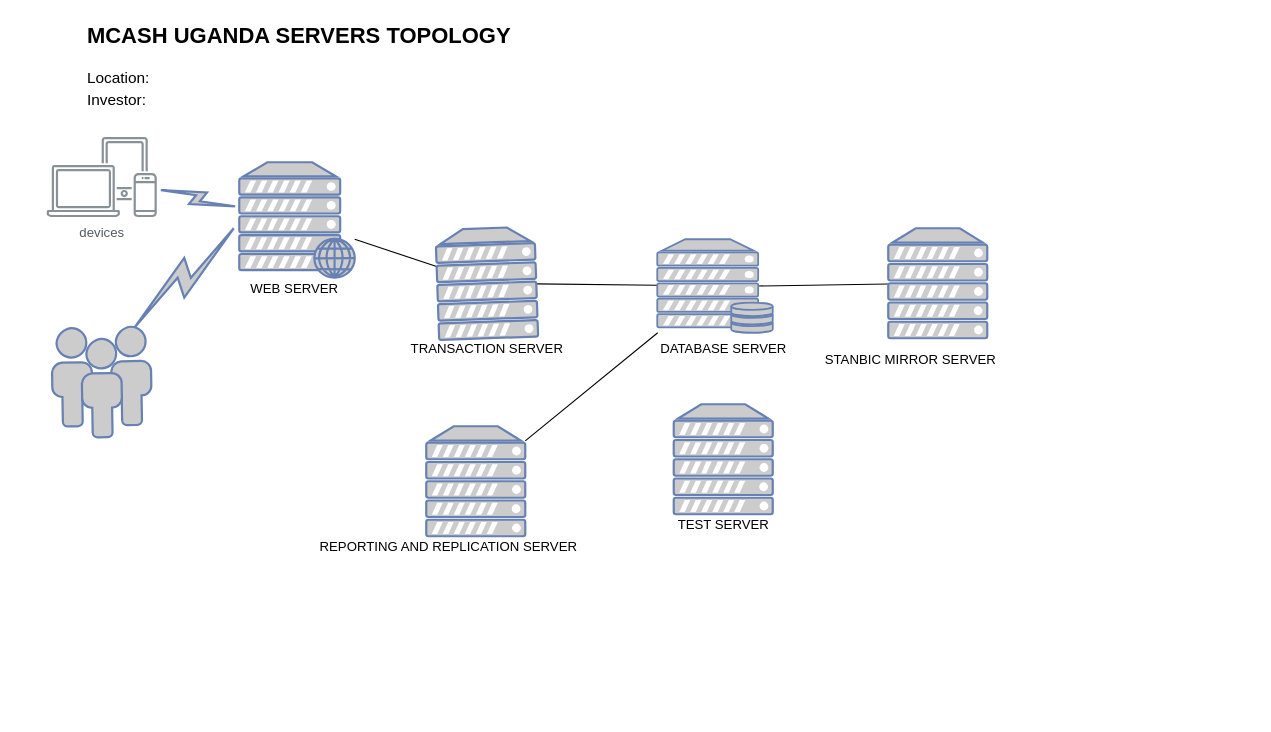
aaronmaj/diagrams keeps this draw.io diagram as Untitled Diagram.drawio. Above is the earlier version. Source tidied: cells renumbered, new cells numbered last; positions are measured from the earlier drawing's top-left corner, leaving out a move shared by most shapes. Both pictures are drawn from the tidied source at 110%, with x=0, y=0 at pixel (46, 19).
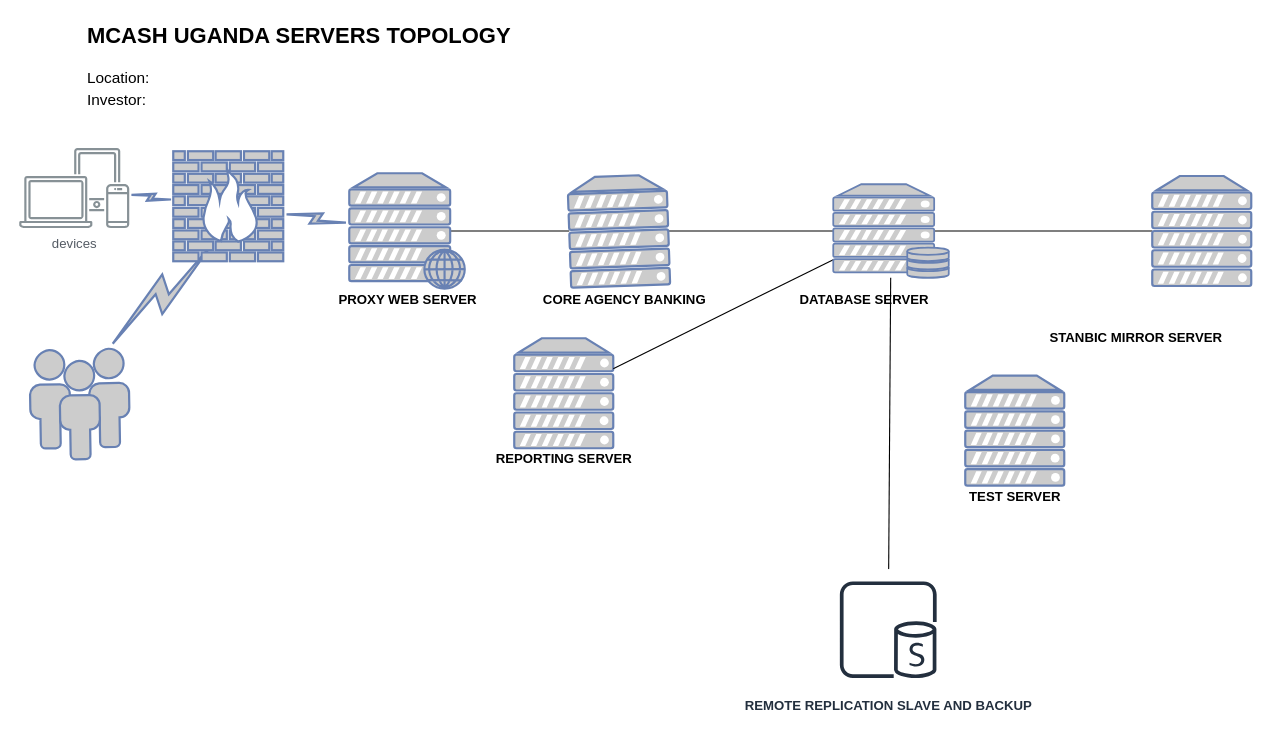
Above is the later version.

Diff of the diagram source:
```diff
@@
-    <mxCell id="5" style="rounded=0;jettySize=auto;html=1;endArrow=none;endFill=0;" parent="1" edge="1" source="6" target="9">
+    <mxCell id="5" style="rounded=0;jettySize=auto;html=1;endArrow=none;endFill=0;exitX=0.88;exitY=0.5;exitDx=0;exitDy=0;exitPerimeter=0;" parent="1" edge="1" source="6" target="9">
       <mxGeometry relative="1" as="geometry" />
     </mxCell>
     <mxCell id="6" style="fontColor=#0066CC;verticalAlign=top;verticalLabelPosition=bottom;labelPosition=center;align=center;html=1;outlineConnect=0;fillColor=#CCCCCC;strokeColor=#6881B3;gradientColor=none;gradientDirection=north;strokeWidth=2;shape=mxgraph.networks.web_server;" parent="1" vertex="1">
-      <mxGeometry x="175" y="130" width="105" height="105" as="geometry" />
+      <mxGeometry x="275" y="140" width="105" height="105" as="geometry" />
     </mxCell>
     <mxCell id="7" style="fontColor=#0066CC;verticalAlign=top;verticalLabelPosition=bottom;labelPosition=center;align=center;html=1;fillColor=#CCCCCC;strokeColor=#6881B3;gradientColor=none;gradientDirection=north;strokeWidth=2;shape=mxgraph.networks.users;rotation=-1;" parent="1" vertex="1">
-      <mxGeometry x="5" y="280" width="90" height="100" as="geometry" />
+      <mxGeometry x="-15" y="300" width="90" height="100" as="geometry" />
     </mxCell>
@@
     <mxCell id="9" style="fontColor=#0066CC;verticalAlign=top;verticalLabelPosition=bottom;labelPosition=center;align=center;html=1;outlineConnect=0;fillColor=#CCCCCC;strokeColor=#6881B3;gradientColor=none;gradientDirection=north;strokeWidth=2;shape=mxgraph.networks.server;rotation=-2;" parent="1" vertex="1">
-      <mxGeometry x="355" y="190" width="90" height="100" as="geometry" />
+      <mxGeometry x="475" y="142.5" width="90" height="100" as="geometry" />
     </mxCell>
     <mxCell id="10" style="fontColor=#0066CC;verticalAlign=top;verticalLabelPosition=bottom;labelPosition=center;align=center;html=1;outlineConnect=0;fillColor=#CCCCCC;strokeColor=#6881B3;gradientColor=none;gradientDirection=north;strokeWidth=2;shape=mxgraph.networks.server;" parent="1" vertex="1">
-      <mxGeometry x="345" y="370" width="90" height="100" as="geometry" />
+      <mxGeometry x="425" y="290" width="90" height="100" as="geometry" />
     </mxCell>
     <mxCell id="11" value="devices" style="outlineConnect=0;gradientColor=none;fontColor=#545B64;strokeColor=none;fillColor=#879196;dashed=0;verticalLabelPosition=bottom;verticalAlign=top;align=center;html=1;fontSize=12;fontStyle=0;shape=mxgraph.aws4.illustration_devices;" parent="1" vertex="1">
-      <mxGeometry y="107" width="100" height="73" as="geometry" />
+      <mxGeometry x="-25" y="117" width="100" height="73" as="geometry" />
     </mxCell>
@@
+    <mxCell id="25" style="edgeStyle=none;rounded=0;jettySize=auto;html=1;endArrow=none;endFill=0;" parent="1" edge="1" source="14" target="29">
+      <mxGeometry relative="1" as="geometry" />
+    </mxCell>
     <mxCell id="14" style="fontColor=#0066CC;verticalAlign=top;verticalLabelPosition=bottom;labelPosition=center;align=center;html=1;outlineConnect=0;fillColor=#CCCCCC;strokeColor=#6881B3;gradientColor=none;gradientDirection=north;strokeWidth=2;shape=mxgraph.networks.server_storage;" parent="1" vertex="1">
-      <mxGeometry x="555" y="200" width="105" height="85" as="geometry" />
+      <mxGeometry x="715" y="150" width="105" height="85" as="geometry" />
     </mxCell>
-    <mxCell id="15" style="html=1;outlineConnect=0;fillColor=#CCCCCC;strokeColor=#6881B3;gradientColor=none;gradientDirection=north;strokeWidth=2;shape=mxgraph.networks.comm_link_edge;html=1;" parent="1" edge="1" source="11" target="6">
+    <mxCell id="15" style="html=1;outlineConnect=0;fillColor=#CCCCCC;strokeColor=#6881B3;gradientColor=none;gradientDirection=north;strokeWidth=2;shape=mxgraph.networks.comm_link_edge;html=1;" parent="1" edge="1" source="27" target="6">
       <mxGeometry relative="1" as="geometry" />
     </mxCell>
     <mxCell id="16" style="html=1;outlineConnect=0;fillColor=#CCCCCC;strokeColor=#6881B3;gradientColor=none;gradientDirection=north;strokeWidth=2;shape=mxgraph.networks.comm_link_edge;html=1;" parent="1" edge="1">
       <mxGeometry relative="1" as="geometry">
-        <mxPoint x="75" y="285" as="sourcePoint" />
-        <mxPoint x="175" y="185" as="targetPoint" />
+        <mxPoint x="55" y="300" as="sourcePoint" />
+        <mxPoint x="155" y="200" as="targetPoint" />
       </mxGeometry>
     </mxCell>
     <mxCell id="17" style="fontColor=#0066CC;verticalAlign=top;verticalLabelPosition=bottom;labelPosition=center;align=center;html=1;fillColor=#CCCCCC;strokeColor=#6881B3;gradientColor=none;gradientDirection=north;strokeWidth=2;shape=mxgraph.networks.server;" parent="1" vertex="1">
-      <mxGeometry x="570" y="350" width="90" height="100" as="geometry" />
+      <mxGeometry x="835" y="324" width="90" height="100" as="geometry" />
     </mxCell>
     <mxCell id="18" style="fontColor=#0066CC;verticalAlign=top;verticalLabelPosition=bottom;labelPosition=center;align=center;html=1;outlineConnect=0;fillColor=#CCCCCC;strokeColor=#6881B3;gradientColor=none;gradientDirection=north;strokeWidth=2;shape=mxgraph.networks.server;" parent="1" vertex="1">
-      <mxGeometry x="765" y="190" width="90" height="100" as="geometry" />
+      <mxGeometry x="1005" y="142.5" width="90" height="100" as="geometry" />
     </mxCell>
-    <mxCell id="19" value="WEB SERVER" style="text;html=1;align=center;verticalAlign=middle;fillColor=none;strokeColor=none;rounded=0;" parent="1" vertex="1">
-      <mxGeometry x="175" y="235" width="100" height="20" as="geometry" />
+    <mxCell id="19" value="&lt;b&gt;PROXY WEB SERVER&lt;/b&gt;" style="text;html=1;align=center;verticalAlign=middle;fillColor=none;strokeColor=none;rounded=0;" parent="1" vertex="1">
+      <mxGeometry x="257.5" y="245" width="140" height="20" as="geometry" />
     </mxCell>
-    <mxCell id="20" value="TRANSACTION SERVER&lt;br&gt;" style="text;html=1;align=center;verticalAlign=middle;fillColor=none;strokeColor=none;rounded=0;" parent="1" vertex="1">
-      <mxGeometry x="325" y="290" width="150" height="20" as="geometry" />
+    <mxCell id="20" value="&lt;b&gt;CORE AGENCY BANKING&lt;/b&gt;" style="text;html=1;align=center;verticalAlign=middle;fillColor=none;strokeColor=none;rounded=0;" parent="1" vertex="1">
+      <mxGeometry x="445" y="245" width="160" height="20" as="geometry" />
     </mxCell>
-    <mxCell id="21" value="DATABASE SERVER" style="text;html=1;align=center;verticalAlign=middle;fillColor=none;strokeColor=none;rounded=0;" parent="1" vertex="1">
-      <mxGeometry x="550" y="290" width="130" height="20" as="geometry" />
+    <mxCell id="21" value="&lt;b&gt;DATABASE SERVER&lt;/b&gt;" style="text;html=1;align=center;verticalAlign=middle;fillColor=none;strokeColor=none;rounded=0;" parent="1" vertex="1">
+      <mxGeometry x="677.5" y="245" width="130" height="20" as="geometry" />
     </mxCell>
+    <mxCell id="26" style="edgeStyle=none;rounded=0;jettySize=auto;html=1;endArrow=none;endFill=0;" parent="1" edge="1" source="22" target="10">
+      <mxGeometry relative="1" as="geometry" />
+    </mxCell>
-    <mxCell id="22" value="REPORTING AND REPLICATION SERVER" style="text;html=1;align=center;verticalAlign=middle;points=[];fillColor=none;strokeColor=none;rounded=0;" parent="1" vertex="1">
-      <mxGeometry x="240" y="470" width="250" height="20" as="geometry" />
+    <mxCell id="22" value="&lt;b&gt;REPORTING SERVER&lt;/b&gt;" style="text;html=1;align=center;verticalAlign=middle;points=[];fillColor=none;strokeColor=none;rounded=0;" parent="1" vertex="1">
+      <mxGeometry x="400" y="390" width="140" height="20" as="geometry" />
     </mxCell>
-    <mxCell id="23" value="TEST SERVER" style="text;html=1;align=center;verticalAlign=middle;fillColor=none;strokeColor=none;rounded=0;" parent="1" vertex="1">
-      <mxGeometry x="565" y="450" width="100" height="20" as="geometry" />
+    <mxCell id="23" value="&lt;b&gt;TEST SERVER&lt;/b&gt;" style="text;html=1;align=center;verticalAlign=middle;fillColor=none;strokeColor=none;rounded=0;" parent="1" vertex="1">
+      <mxGeometry x="830" y="424" width="100" height="20" as="geometry" />
     </mxCell>
-    <mxCell id="24" value="STANBIC MIRROR SERVER" style="text;html=1;align=center;verticalAlign=middle;fillColor=none;strokeColor=none;rounded=0;" parent="1" vertex="1">
-      <mxGeometry x="700" y="300" width="170" height="20" as="geometry" />
+    <mxCell id="24" value="&lt;b&gt;STANBIC MIRROR SERVER&lt;/b&gt;" style="text;html=1;align=center;verticalAlign=middle;fillColor=none;strokeColor=none;rounded=0;" parent="1" vertex="1">
+      <mxGeometry x="905" y="280" width="170" height="20" as="geometry" />
     </mxCell>
+    <mxCell id="27" style="fontColor=#0066CC;verticalAlign=top;verticalLabelPosition=bottom;labelPosition=center;align=center;html=1;outlineConnect=0;fillColor=#CCCCCC;strokeColor=#6881B3;gradientColor=none;gradientDirection=north;strokeWidth=2;shape=mxgraph.networks.firewall;" parent="1" vertex="1">
+      <mxGeometry x="115" y="120" width="100" height="100" as="geometry" />
+    </mxCell>
+    <mxCell id="28" style="html=1;outlineConnect=0;fillColor=#CCCCCC;strokeColor=#6881B3;gradientColor=none;gradientDirection=north;strokeWidth=2;shape=mxgraph.networks.comm_link_edge;html=1;" parent="1" edge="1" source="11" target="27">
+      <mxGeometry relative="1" as="geometry" />
+    </mxCell>
+    <mxCell id="29" value="&lt;b&gt;REMOTE REPLICATION SLAVE AND BACKUP&lt;/b&gt;" style="outlineConnect=0;fontColor=#232F3E;gradientColor=none;strokeColor=#232F3E;fillColor=#ffffff;dashed=0;verticalLabelPosition=bottom;verticalAlign=top;align=center;html=1;fontSize=12;fontStyle=0;shape=mxgraph.aws4.resourceIcon;resIcon=mxgraph.aws4.sql_replica;" parent="1" vertex="1">
+      <mxGeometry x="710" y="500" width="110" height="110" as="geometry" />
+    </mxCell>
```
